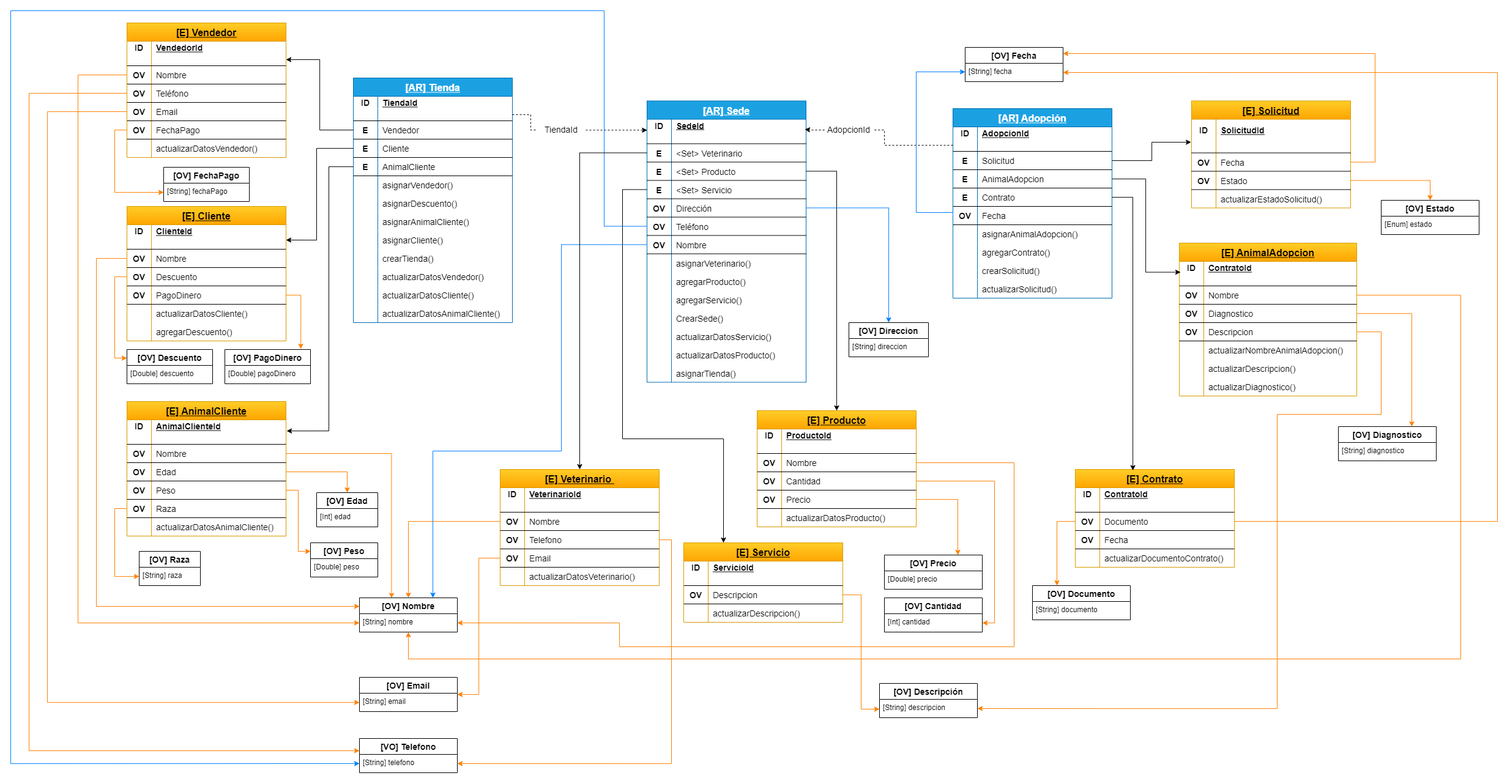
Earlier version of the draw.io export RetoDDD_CiberCan-Model.drawio.png (johanramirez91/retoDDD-VetCiberCan). Source tidied: cells renumbered, new cells last; positions are measured from the earlier drawing's top-left corner, leaving out a move shared by most shapes.
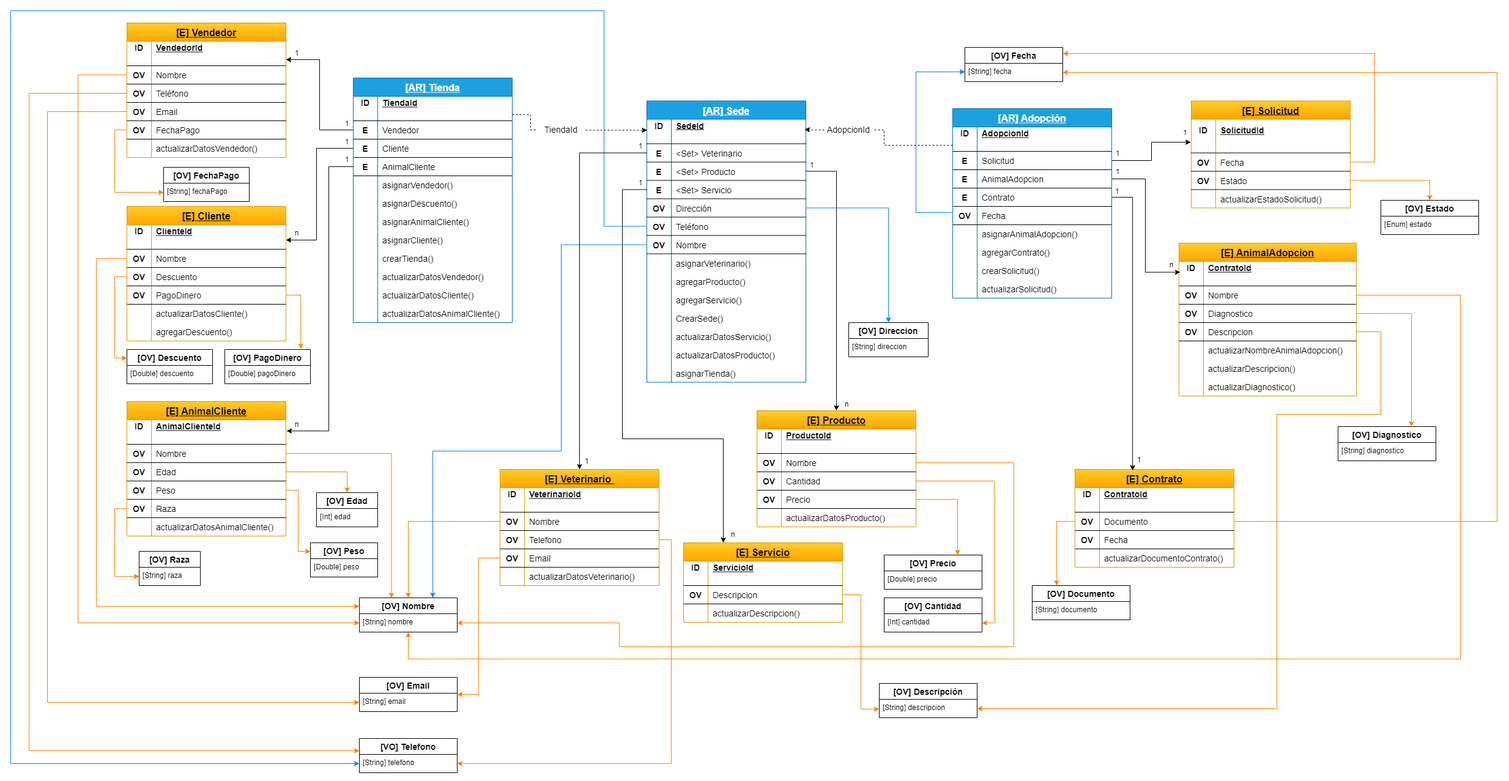
Above is the later version.

Commit message:
Se añade modelo de dominio

Change to the diagram source:
```diff
@@ -1216,5 +1216,59 @@
     <mxCell id="370" style="edgeStyle=orthogonalEdgeStyle;rounded=0;jettySize=auto;html=1;strokeColor=#000000;" parent="1" edge="1" source="49" target="119">
       <mxGeometry relative="1" as="geometry" />
     </mxCell>
+    <mxCell id="371" value="1" style="text;html=1;strokeColor=none;fillColor=none;align=center;verticalAlign=middle;whiteSpace=wrap;rounded=0;" parent="1" vertex="1">
+      <mxGeometry x="458" y="60" width="20" height="20" as="geometry" />
+    </mxCell>
+    <mxCell id="372" value="1" style="text;html=1;strokeColor=none;fillColor=none;align=center;verticalAlign=middle;whiteSpace=wrap;rounded=0;" parent="1" vertex="1">
+      <mxGeometry x="540" y="175" width="20" height="20" as="geometry" />
+    </mxCell>
+    <mxCell id="373" value="1" style="text;html=1;strokeColor=none;fillColor=none;align=center;verticalAlign=middle;whiteSpace=wrap;rounded=0;" parent="1" vertex="1">
+      <mxGeometry x="540" y="205" width="20" height="20" as="geometry" />
+    </mxCell>
+    <mxCell id="374" value="n" style="text;html=1;strokeColor=none;fillColor=none;align=center;verticalAlign=middle;whiteSpace=wrap;rounded=0;" parent="1" vertex="1">
+      <mxGeometry x="458" y="354" width="20" height="20" as="geometry" />
+    </mxCell>
+    <mxCell id="375" value="n" style="text;html=1;strokeColor=none;fillColor=none;align=center;verticalAlign=middle;whiteSpace=wrap;rounded=0;" parent="1" vertex="1">
+      <mxGeometry x="458" y="667" width="20" height="20" as="geometry" />
+    </mxCell>
+    <mxCell id="376" value="1" style="text;html=1;strokeColor=none;fillColor=none;align=center;verticalAlign=middle;whiteSpace=wrap;rounded=0;" parent="1" vertex="1">
+      <mxGeometry x="540" y="234" width="20" height="20" as="geometry" />
+    </mxCell>
+    <mxCell id="377" value="1" style="text;html=1;strokeColor=none;fillColor=none;align=center;verticalAlign=middle;whiteSpace=wrap;rounded=0;" parent="1" vertex="1">
+      <mxGeometry x="1020" y="212" width="20" height="20" as="geometry" />
+    </mxCell>
+    <mxCell id="378" value="1" style="text;html=1;strokeColor=none;fillColor=none;align=center;verticalAlign=middle;whiteSpace=wrap;rounded=0;" parent="1" vertex="1">
+      <mxGeometry x="1020" y="272" width="20" height="20" as="geometry" />
+    </mxCell>
+    <mxCell id="379" value="1" style="text;html=1;strokeColor=none;fillColor=none;align=center;verticalAlign=middle;whiteSpace=wrap;rounded=0;" parent="1" vertex="1">
+      <mxGeometry x="1300" y="243" width="20" height="20" as="geometry" />
+    </mxCell>
+    <mxCell id="380" value="1" style="text;html=1;strokeColor=none;fillColor=none;align=center;verticalAlign=middle;whiteSpace=wrap;rounded=0;" parent="1" vertex="1">
+      <mxGeometry x="932" y="727" width="20" height="20" as="geometry" />
+    </mxCell>
+    <mxCell id="381" value="n" style="text;html=1;strokeColor=none;fillColor=none;align=center;verticalAlign=middle;whiteSpace=wrap;rounded=0;" parent="1" vertex="1">
+      <mxGeometry x="1357" y="634" width="20" height="20" as="geometry" />
+    </mxCell>
+    <mxCell id="382" value="n" style="text;html=1;strokeColor=none;fillColor=none;align=center;verticalAlign=middle;whiteSpace=wrap;rounded=0;" parent="1" vertex="1">
+      <mxGeometry x="1171" y="847" width="20" height="20" as="geometry" />
+    </mxCell>
+    <mxCell id="383" value="1" style="text;html=1;strokeColor=none;fillColor=none;align=center;verticalAlign=middle;whiteSpace=wrap;rounded=0;" parent="1" vertex="1">
+      <mxGeometry x="1800" y="224" width="20" height="20" as="geometry" />
+    </mxCell>
+    <mxCell id="384" value="1" style="text;html=1;strokeColor=none;fillColor=none;align=center;verticalAlign=middle;whiteSpace=wrap;rounded=0;" parent="1" vertex="1">
+      <mxGeometry x="1800" y="254" width="20" height="20" as="geometry" />
+    </mxCell>
+    <mxCell id="385" value="1" style="text;html=1;strokeColor=none;fillColor=none;align=center;verticalAlign=middle;whiteSpace=wrap;rounded=0;" parent="1" vertex="1">
+      <mxGeometry x="1799" y="286" width="20" height="20" as="geometry" />
+    </mxCell>
+    <mxCell id="386" value="1" style="text;html=1;strokeColor=none;fillColor=none;align=center;verticalAlign=middle;whiteSpace=wrap;rounded=0;" parent="1" vertex="1">
+      <mxGeometry x="1910" y="190" width="20" height="20" as="geometry" />
+    </mxCell>
+    <mxCell id="387" value="n" style="text;html=1;strokeColor=none;fillColor=none;align=center;verticalAlign=middle;whiteSpace=wrap;rounded=0;" parent="1" vertex="1">
+      <mxGeometry x="1888" y="406" width="20" height="20" as="geometry" />
+    </mxCell>
+    <mxCell id="388" value="1" style="text;html=1;strokeColor=none;fillColor=none;align=center;verticalAlign=middle;whiteSpace=wrap;rounded=0;" parent="1" vertex="1">
+      <mxGeometry x="1835" y="725" width="20" height="20" as="geometry" />
+    </mxCell>
   </root>
 </mxGraphModel>
```
